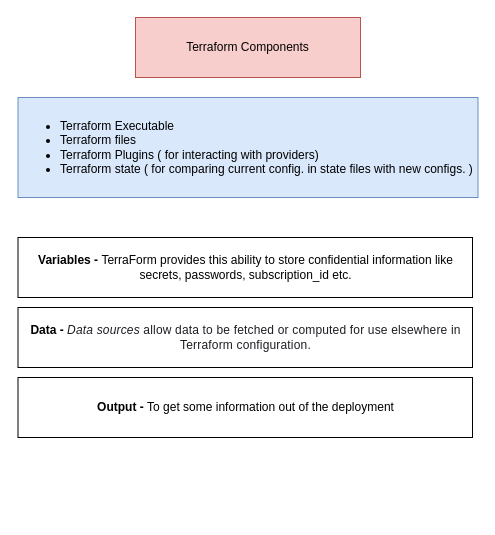
This is page "08-components" (8 of 17) of Terraform.drawio from rikkhanna/Draw.io, a draw.io file, before an edit. Source tidied: cells renumbered, new cells numbered last; positions are measured from the earlier drawing's top-left corner, leaving out a move shared by most shapes. Both pictures are drawn from the tidied source at 100%, with x=0, y=0 at pixel (18, 17).
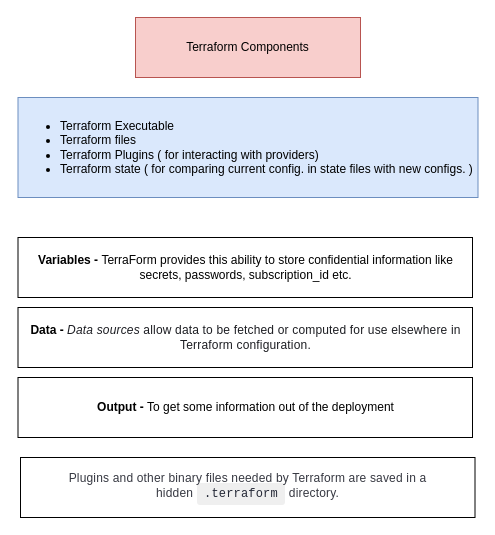
The same page after the edit.

Diff of the diagram source:
```diff
@@
 <mxGraphModel>
   <root>
     <mxCell id="0" />
     <mxCell id="1" parent="0" />
     <mxCell id="2" value="Terraform Components" style="rounded=0;whiteSpace=wrap;html=1;fillColor=#f8cecc;strokeColor=#b85450;" parent="1" vertex="1">
       <mxGeometry x="117" width="225" height="60" as="geometry" />
     </mxCell>
     <mxCell id="3" value="&lt;ul&gt;&lt;li&gt;Terraform Executable&lt;/li&gt;&lt;li&gt;Terraform files&lt;/li&gt;&lt;li&gt;Terraform Plugins ( for interacting with providers)&lt;/li&gt;&lt;li&gt;Terraform state ( for comparing current config. in state files with new configs. )&lt;/li&gt;&lt;/ul&gt;" style="rounded=0;whiteSpace=wrap;html=1;fillColor=#dae8fc;strokeColor=#6c8ebf;align=left;" parent="1" vertex="1">
       <mxGeometry x="-0.5" y="80" width="460" height="100" as="geometry" />
     </mxCell>
     <mxCell id="4" value="&lt;b&gt;Variables - &lt;/b&gt;TerraForm provides this ability to store confidential information like secrets, passwords, subscription_id etc." style="rounded=0;whiteSpace=wrap;html=1;" parent="1" vertex="1">
       <mxGeometry x="-0.5" y="220" width="454.5" height="60" as="geometry" />
     </mxCell>
     <mxCell id="5" value="&lt;b&gt;Data -&amp;nbsp;&lt;/b&gt;&lt;font style=&quot;font-size: 12px&quot;&gt;&lt;em style=&quot;box-sizing: border-box ; color: rgb(29 , 30 , 35) ; font-family: , &amp;#34;metro&amp;#34; , , &amp;#34;blinkmacsystemfont&amp;#34; , &amp;#34;segoe ui&amp;#34; , &amp;#34;roboto&amp;#34; , , &amp;#34;ubuntu&amp;#34; , &amp;#34;cantarell&amp;#34; , &amp;#34;helvetica neue&amp;#34; , sans-serif ; letter-spacing: 0.17008px ; background-color: rgb(255 , 255 , 255)&quot;&gt;Data sources&lt;/em&gt;&lt;span style=&quot;color: rgb(29 , 30 , 35) ; font-family: , &amp;#34;metro&amp;#34; , , &amp;#34;blinkmacsystemfont&amp;#34; , &amp;#34;segoe ui&amp;#34; , &amp;#34;roboto&amp;#34; , , &amp;#34;ubuntu&amp;#34; , &amp;#34;cantarell&amp;#34; , &amp;#34;helvetica neue&amp;#34; , sans-serif ; letter-spacing: 0.17008px ; background-color: rgb(255 , 255 , 255)&quot;&gt;&amp;nbsp;allow data to be fetched or computed for use elsewhere in Terraform configuration.&lt;/span&gt;&lt;/font&gt;" style="rounded=0;whiteSpace=wrap;html=1;" parent="1" vertex="1">
       <mxGeometry x="-0.5" y="290" width="454.5" height="60" as="geometry" />
     </mxCell>
     <mxCell id="6" value="&lt;b&gt;Output - &lt;/b&gt;To get some information out of the deployment" style="rounded=0;whiteSpace=wrap;html=1;" parent="1" vertex="1">
       <mxGeometry x="-0.5" y="360" width="454.5" height="60" as="geometry" />
     </mxCell>
+    <mxCell id="7" value="&lt;font style=&quot;font-size: 12px&quot;&gt;&lt;span style=&quot;color: rgb(55 , 57 , 66) ; font-family: , &amp;#34;metro&amp;#34; , , &amp;#34;blinkmacsystemfont&amp;#34; , &amp;#34;segoe ui&amp;#34; , &amp;#34;roboto&amp;#34; , , &amp;#34;ubuntu&amp;#34; , &amp;#34;cantarell&amp;#34; , &amp;#34;helvetica neue&amp;#34; , sans-serif ; letter-spacing: 0.17008px ; background-color: rgb(255 , 255 , 255)&quot;&gt;Plugins and other binary files needed by Terraform are saved in a hidden&amp;nbsp;&lt;/span&gt;&lt;code style=&quot;box-sizing: border-box ; font-family: , monospace ; line-height: 1.63em ; padding: 0.3em 0.625em ; background: rgba(29 , 30 , 35 , 0.07) ; border-radius: 3px ; color: rgb(37 , 41 , 55) ; letter-spacing: 0.17008px&quot;&gt;.terraform&lt;/code&gt;&lt;span style=&quot;color: rgb(55 , 57 , 66) ; font-family: , &amp;#34;metro&amp;#34; , , &amp;#34;blinkmacsystemfont&amp;#34; , &amp;#34;segoe ui&amp;#34; , &amp;#34;roboto&amp;#34; , , &amp;#34;ubuntu&amp;#34; , &amp;#34;cantarell&amp;#34; , &amp;#34;helvetica neue&amp;#34; , sans-serif ; letter-spacing: 0.17008px ; background-color: rgb(255 , 255 , 255)&quot;&gt;&amp;nbsp;directory.&lt;/span&gt;&lt;/font&gt;" style="rounded=0;whiteSpace=wrap;html=1;" parent="1" vertex="1">
+      <mxGeometry x="2" y="440" width="454.5" height="60" as="geometry" />
+    </mxCell>
   </root>
 </mxGraphModel>
```
